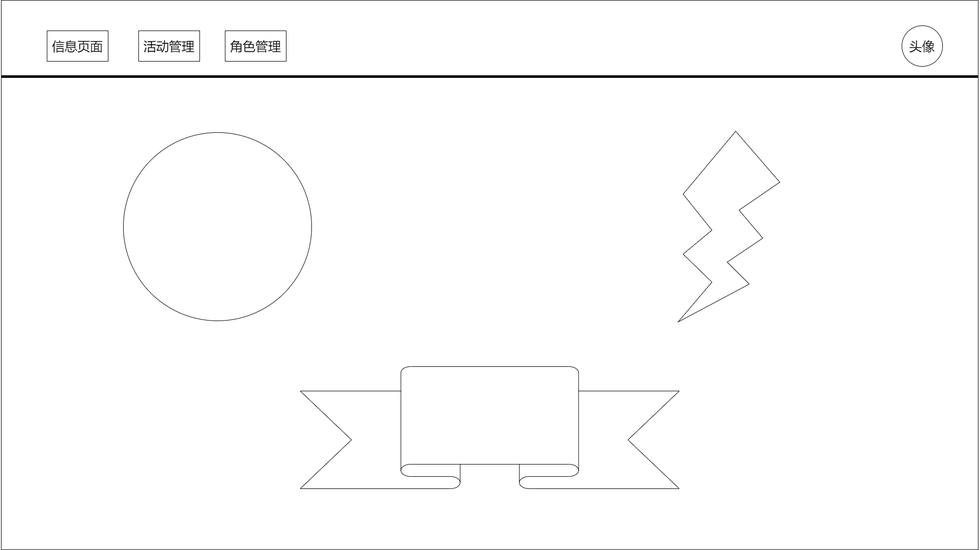
This is doc/原型图.png from Guan612/Duck-Active-Admin, a draw.io export, as it was before one commit. Source tidied: cells renumbered, new cells last; positions are measured from the earlier drawing's top-left corner, leaving out a move shared by most shapes.
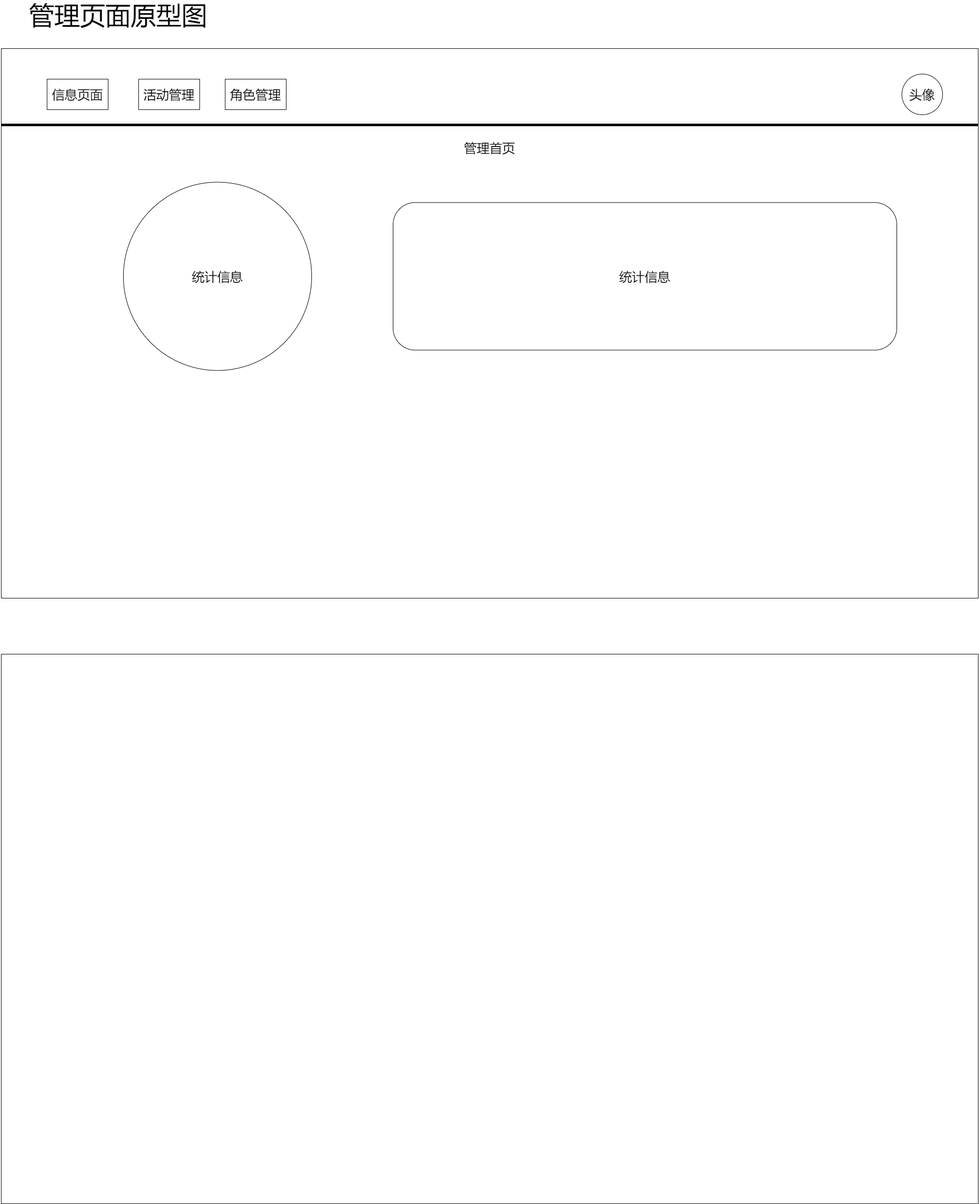
The same diagram one commit later.

The edit, as a diff of the source:
```diff
@@ -23,14 +23,20 @@
         <mxPoint x="1920" y="150" as="targetPoint" />
       </mxGeometry>
     </mxCell>
-    <mxCell id="8" style="ellipse;whiteSpace=wrap;html=1;" parent="1" vertex="1">
-      <mxGeometry x="240" y="260" width="370" height="370" as="geometry" />
+    <mxCell id="8" value="&lt;font style=&quot;font-size: 25px;&quot;&gt;统计信息&lt;/font&gt;" style="ellipse;whiteSpace=wrap;html=1;" parent="1" vertex="1">
+      <mxGeometry x="240" y="262.5" width="370" height="370" as="geometry" />
     </mxCell>
-    <mxCell id="9" style="verticalLabelPosition=bottom;verticalAlign=top;html=1;shape=mxgraph.basic.flash;" parent="1" vertex="1">
-      <mxGeometry x="1330" y="257.5" width="200" height="375" as="geometry" />
-    </mxCell>
-    <mxCell id="10" style="verticalLabelPosition=bottom;verticalAlign=top;html=1;shape=mxgraph.basic.banner;" parent="1" vertex="1">
-      <mxGeometry x="587.5" y="720" width="745" height="240" as="geometry" />
-    </mxCell>
+    <mxCell id="11" style="rounded=0;whiteSpace=wrap;html=1;" parent="1" vertex="1">
+      <mxGeometry y="1190" width="1920" height="1080" as="geometry" />
+    </mxCell>
+    <mxCell id="12" value="&lt;font style=&quot;font-size: 25px;&quot;&gt;管理首页&lt;/font&gt;" style="text;html=1;align=center;verticalAlign=middle;whiteSpace=wrap;rounded=0;" parent="1" vertex="1">
+      <mxGeometry x="895" y="180" width="130" height="30" as="geometry" />
+    </mxCell>
+    <mxCell id="13" value="&lt;font style=&quot;font-size: 25px;&quot;&gt;统计信息&lt;/font&gt;" style="rounded=1;whiteSpace=wrap;html=1;" parent="1" vertex="1">
+      <mxGeometry x="770" y="302.5" width="990" height="290" as="geometry" />
+    </mxCell>
+    <mxCell id="14" value="&lt;font style=&quot;font-size: 50px;&quot;&gt;管理页面原型图&lt;/font&gt;" style="text;html=1;align=center;verticalAlign=middle;whiteSpace=wrap;rounded=0;" parent="1" vertex="1">
+      <mxGeometry y="-80" width="460" height="30" as="geometry" />
+    </mxCell>
   </root>
 </mxGraphModel>
```
